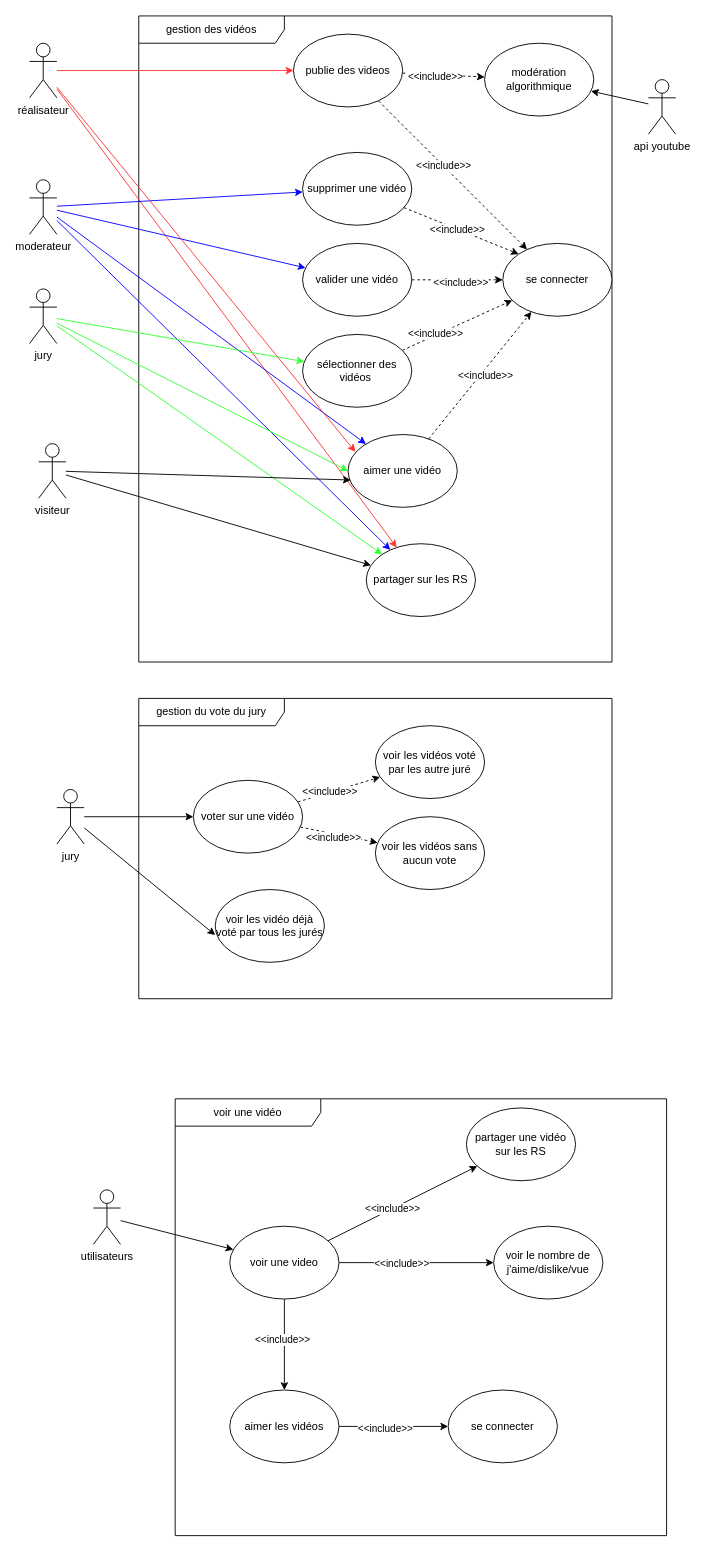
Earlier version of the draw.io diagram page "gestion_video" (2 of 2) of docs/Mars IA app.drawio (Gaetan1303/ProjectFestivalIA). Source tidied: cells renumbered, new cells numbered last; positions are measured from the earlier drawing's top-left corner, leaving out a move shared by most shapes. Both pictures are drawn from the tidied source at 91%, with x=0, y=0 at pixel (29, 15).
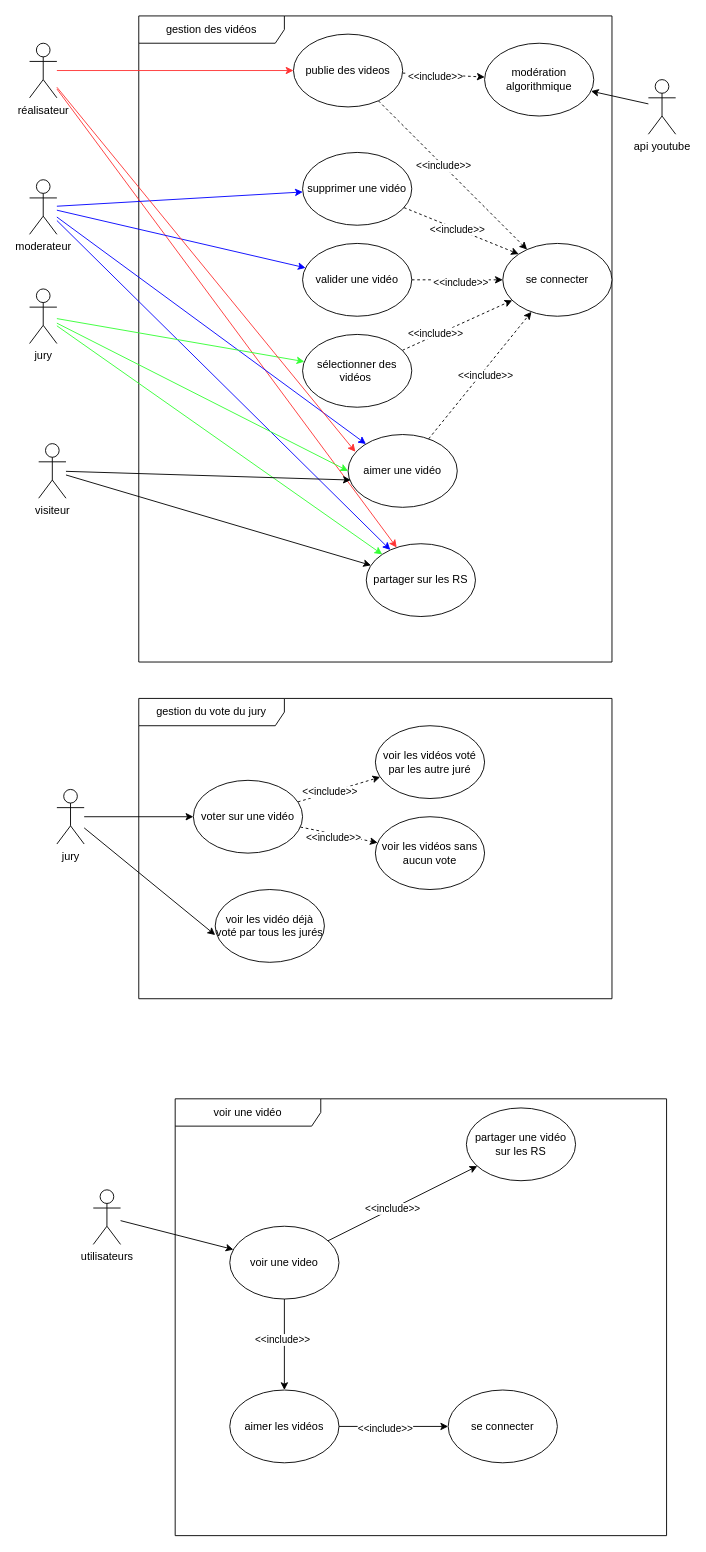
The same page after the edit.

Unchanged cells that the change refers to:
```xml
<mxCell id="54" value="voir une vidéo" style="shape=umlFrame;whiteSpace=wrap;html=1;width=160;" parent="1" vertex="1">
  <mxGeometry x="160" y="1190" width="540" height="480" as="geometry" />
</mxCell>
<mxCell id="67" value="voir une video" style="ellipse;whiteSpace=wrap;html=1;" parent="54" vertex="1">
  <mxGeometry x="60" y="140" width="120" height="80" as="geometry" />
</mxCell>
```

Change to the diagram source:
```diff
@@
-    <mxCell id="59" value="&lt;div&gt;voir le nombre de j'aime/dislike/vue&lt;/div&gt;" style="ellipse;whiteSpace=wrap;html=1;" parent="54" vertex="1">
-      <mxGeometry x="350" y="140" width="120" height="80" as="geometry" />
-    </mxCell>
@@
-    <mxCell id="63" style="edgeStyle=orthogonalEdgeStyle;rounded=0;jettySize=auto;html=1;" parent="54" edge="1" source="67" target="59">
-      <mxGeometry relative="1" as="geometry" />
-    </mxCell>
-    <mxCell id="64" value="&amp;lt;&amp;lt;include&amp;gt;&amp;gt;" style="edgeLabel;html=1;align=center;verticalAlign=middle;" parent="63" vertex="1">
-      <mxGeometry x="-0.2" relative="1" as="geometry" />
-    </mxCell>
```
